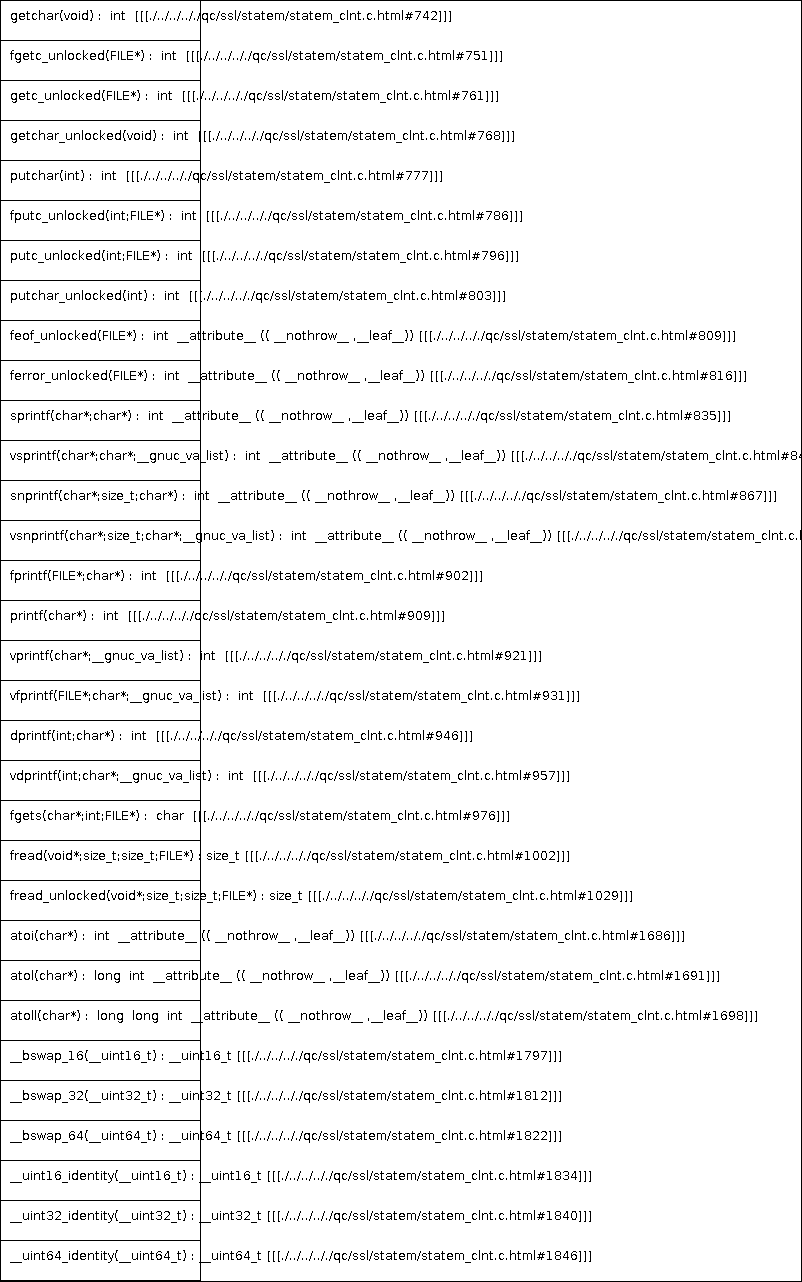
Above: docs/qc/ssl/statem/statem_clnt.c.png in qualitesys/openssl (PlantUML), before the change. Its source is kept beside it as docs/qc/ssl/statem/statem_clnt.c.puml.
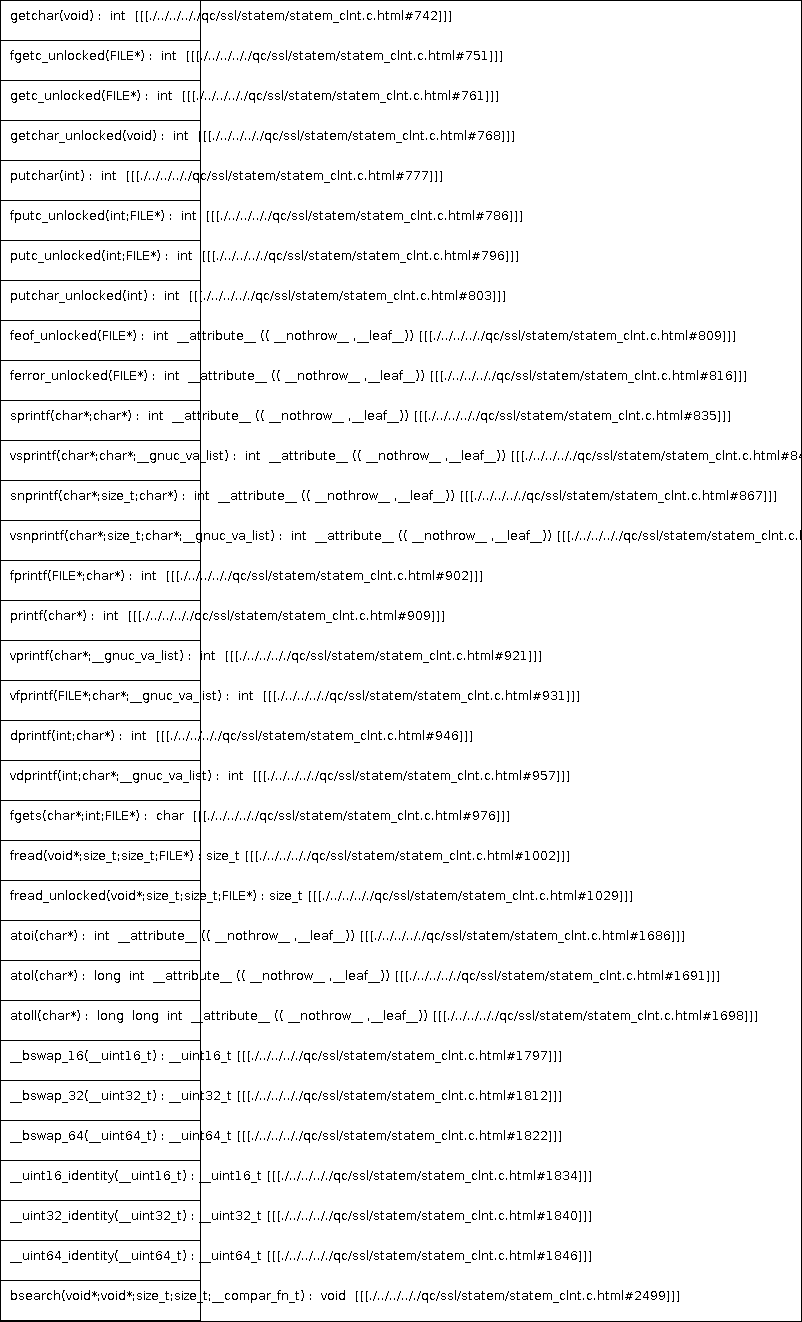
Later version of the same file.

Change to the diagram source:
```diff
@@ -33,5 +33,6 @@
 __uint16_identity(__uint16_t) : __uint16_t [[[./../../.././qc/ssl/statem/statem_clnt.c.html#1834]]]
 __uint32_identity(__uint32_t) : __uint32_t [[[./../../.././qc/ssl/statem/statem_clnt.c.html#1840]]]
 __uint64_identity(__uint64_t) : __uint64_t [[[./../../.././qc/ssl/statem/statem_clnt.c.html#1846]]]
+bsearch(void*;void*;size_t;size_t;__compar_fn_t) :  void  [[[./../../.././qc/ssl/statem/statem_clnt.c.html#2499]]]
 }
 @enduml
```
